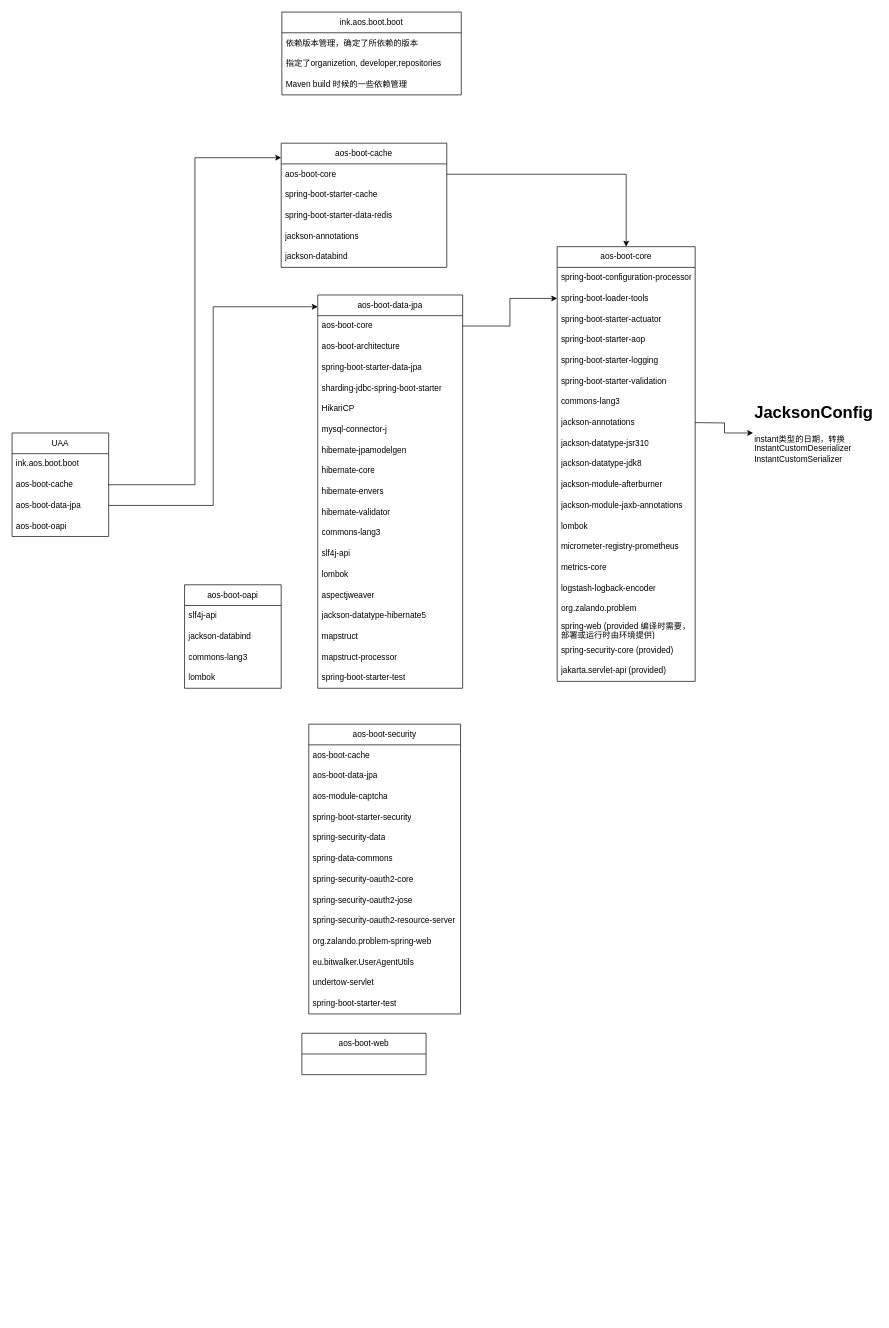
The draw.io diagram AOS-服务组件依赖关系.drawio in XiongZen/QJReconstitution, before the edit. Source tidied: cells renumbered, new cells numbered last; positions are measured from the earlier drawing's top-left corner, leaving out a move shared by most shapes. Both pictures are drawn from the tidied source at 69%, with x=0, y=0 at pixel (12, 12).
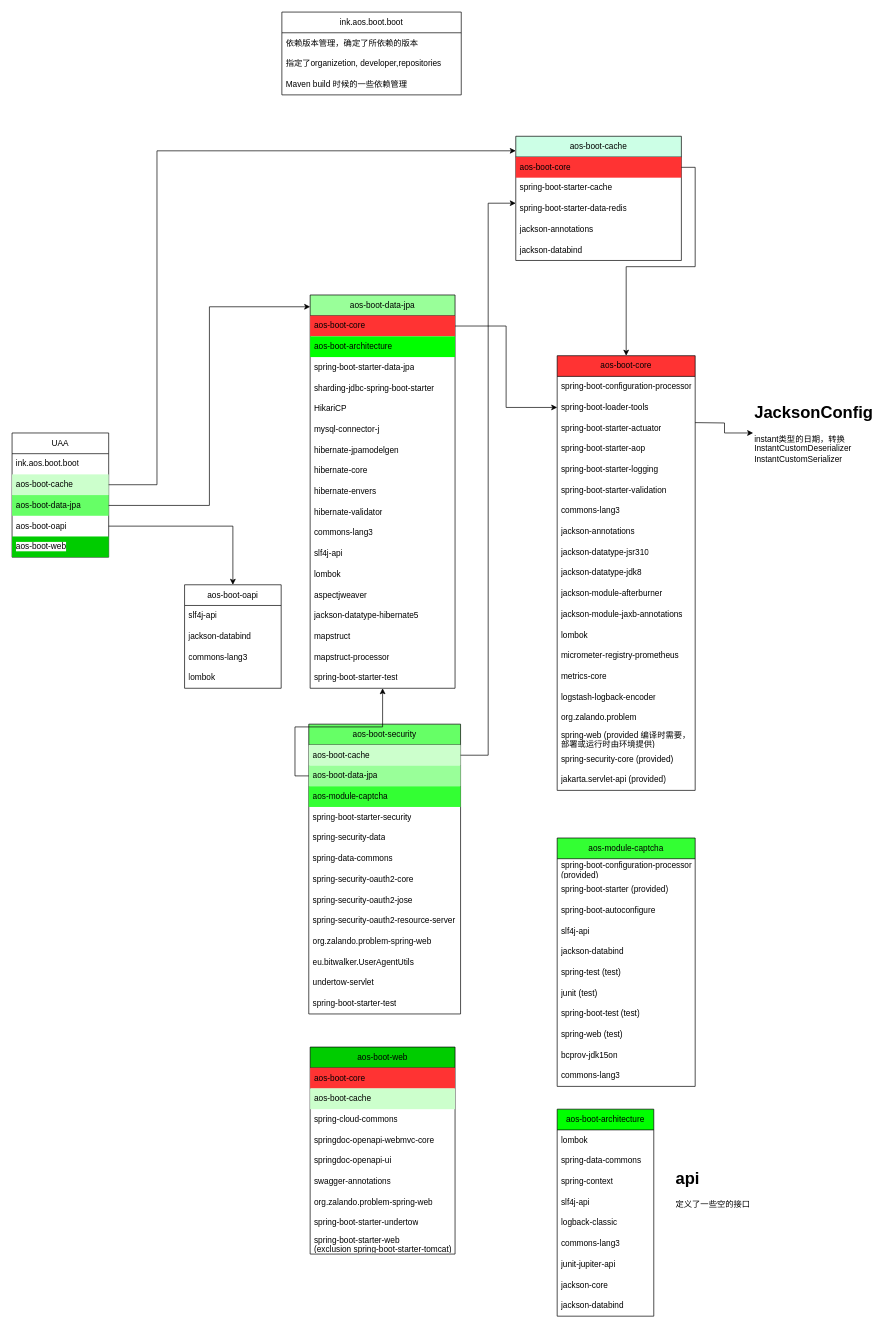
The same diagram, later.

Commit message (it also covers changes not shown here):
Update AOS-服务组件依赖关系.drawio

Unchanged cells that the change refers to:
```xml
<mxCell id="6" value="aos-boot-oapi" style="text;strokeColor=none;fillColor=none;align=left;verticalAlign=middle;spacingLeft=4;spacingRight=4;overflow=hidden;points=[[0,0.5],[1,0.5]];portConstraint=eastwest;whiteSpace=wrap;html=1;" parent="2" vertex="1">
  <mxGeometry y="120" width="140" height="30" as="geometry" />
</mxCell>
<mxCell id="14" value="spring-boot-starter-data-redis" style="text;strokeColor=none;fillColor=none;align=left;verticalAlign=middle;spacingLeft=4;spacingRight=4;overflow=hidden;points=[[0,0.5],[1,0.5]];portConstraint=eastwest;whiteSpace=wrap;html=1;" parent="11" vertex="1">
  <mxGeometry y="90" width="240" height="30" as="geometry" />
</mxCell>
<mxCell id="62" value="aos-boot-oapi" style="swimlane;fontStyle=0;horizontal=1;startSize=30;whiteSpace=wrap;html=1;" parent="1" vertex="1">
  <mxGeometry x="250" y="830" width="140" height="150" as="geometry" />
</mxCell>
```

The edit, as a diff of the source:
```diff
@@
     <mxCell id="2" value="UAA" style="swimlane;fontStyle=0;horizontal=1;startSize=30;whiteSpace=wrap;html=1;" parent="1" vertex="1">
-      <mxGeometry y="610" width="140" height="150" as="geometry" />
+      <mxGeometry y="610" width="140" height="180" as="geometry" />
     </mxCell>
@@
-    <mxCell id="4" value="aos-boot-cache" style="text;strokeColor=none;fillColor=none;align=left;verticalAlign=middle;spacingLeft=4;spacingRight=4;overflow=hidden;points=[[0,0.5],[1,0.5]];portConstraint=eastwest;whiteSpace=wrap;html=1;" parent="2" vertex="1">
+    <mxCell id="4" value="aos-boot-cache" style="text;strokeColor=none;fillColor=#CCFFCC;align=left;verticalAlign=middle;spacingLeft=4;spacingRight=4;overflow=hidden;points=[[0,0.5],[1,0.5]];portConstraint=eastwest;whiteSpace=wrap;html=1;" parent="2" vertex="1">
       <mxGeometry y="60" width="140" height="30" as="geometry" />
     </mxCell>
-    <mxCell id="5" value="aos-boot-data-jpa" style="text;strokeColor=none;fillColor=none;align=left;verticalAlign=middle;spacingLeft=4;spacingRight=4;overflow=hidden;points=[[0,0.5],[1,0.5]];portConstraint=eastwest;whiteSpace=wrap;html=1;" parent="2" vertex="1">
+    <mxCell id="5" value="aos-boot-data-jpa" style="text;strokeColor=none;fillColor=#66FF66;align=left;verticalAlign=middle;spacingLeft=4;spacingRight=4;overflow=hidden;points=[[0,0.5],[1,0.5]];portConstraint=eastwest;whiteSpace=wrap;html=1;" parent="2" vertex="1">
       <mxGeometry y="90" width="140" height="30" as="geometry" />
     </mxCell>
@@
+    <mxCell id="83" value="&lt;span style=&quot;color: rgb(0, 0, 0); font-family: Helvetica; font-size: 12px; font-style: normal; font-variant-ligatures: normal; font-variant-caps: normal; font-weight: 400; letter-spacing: normal; orphans: 2; text-align: center; text-indent: 0px; text-transform: none; widows: 2; word-spacing: 0px; -webkit-text-stroke-width: 0px; white-space: normal; background-color: rgb(251, 251, 251); text-decoration-thickness: initial; text-decoration-style: initial; text-decoration-color: initial; display: inline !important; float: none;&quot;&gt;aos-boot-web&lt;/span&gt;" style="text;strokeColor=none;fillColor=#00CC00;align=left;verticalAlign=middle;spacingLeft=4;spacingRight=4;overflow=hidden;whiteSpace=wrap;html=1;" parent="2" vertex="1">
+      <mxGeometry y="150" width="140" height="30" as="geometry" />
+    </mxCell>
@@
-    <mxCell id="11" value="&lt;span style=&quot;text-align: left;&quot;&gt;aos-boot-cache&lt;/span&gt;" style="swimlane;fontStyle=0;horizontal=1;startSize=30;whiteSpace=wrap;html=1;" parent="1" vertex="1">
-      <mxGeometry x="390" y="190" width="240" height="180" as="geometry" />
+    <mxCell id="11" value="&lt;span style=&quot;text-align: left;&quot;&gt;aos-boot-cache&lt;/span&gt;" style="swimlane;fontStyle=0;horizontal=1;startSize=30;whiteSpace=wrap;html=1;fillColor=#CCFFE6;" parent="1" vertex="1">
+      <mxGeometry x="730" y="180" width="240" height="180" as="geometry" />
     </mxCell>
-    <mxCell id="12" value="aos-boot-core" style="text;strokeColor=none;fillColor=none;align=left;verticalAlign=middle;spacingLeft=4;spacingRight=4;overflow=hidden;points=[[0,0.5],[1,0.5]];portConstraint=eastwest;whiteSpace=wrap;html=1;" parent="11" vertex="1">
+    <mxCell id="12" value="aos-boot-core" style="text;strokeColor=none;fillColor=#FF3333;align=left;verticalAlign=middle;spacingLeft=4;spacingRight=4;overflow=hidden;points=[[0,0.5],[1,0.5]];portConstraint=eastwest;whiteSpace=wrap;html=1;" parent="11" vertex="1">
       <mxGeometry y="30" width="240" height="30" as="geometry" />
     </mxCell>
@@
-    <mxCell id="17" value="aos-boot-data-jpa" style="swimlane;fontStyle=0;horizontal=1;startSize=30;whiteSpace=wrap;html=1;" parent="1" vertex="1">
-      <mxGeometry x="443" y="410" width="210" height="570" as="geometry" />
+    <mxCell id="17" value="aos-boot-data-jpa" style="swimlane;fontStyle=0;horizontal=1;startSize=30;whiteSpace=wrap;html=1;fillColor=#99FF99;" parent="1" vertex="1">
+      <mxGeometry x="432" y="410" width="210" height="570" as="geometry" />
     </mxCell>
-    <mxCell id="18" value="aos-boot-core" style="text;strokeColor=none;fillColor=none;align=left;verticalAlign=middle;spacingLeft=4;spacingRight=4;overflow=hidden;points=[[0,0.5],[1,0.5]];portConstraint=eastwest;whiteSpace=wrap;html=1;" parent="17" vertex="1">
+    <mxCell id="18" value="aos-boot-core" style="text;strokeColor=none;fillColor=#FF3333;align=left;verticalAlign=middle;spacingLeft=4;spacingRight=4;overflow=hidden;points=[[0,0.5],[1,0.5]];portConstraint=eastwest;whiteSpace=wrap;html=1;" parent="17" vertex="1">
       <mxGeometry y="30" width="210" height="30" as="geometry" />
     </mxCell>
-    <mxCell id="19" value="aos-boot-architecture" style="text;strokeColor=none;fillColor=none;align=left;verticalAlign=middle;spacingLeft=4;spacingRight=4;overflow=hidden;whiteSpace=wrap;html=1;" parent="17" vertex="1">
+    <mxCell id="19" value="aos-boot-architecture" style="text;strokeColor=none;fillColor=#00FF00;align=left;verticalAlign=middle;spacingLeft=4;spacingRight=4;overflow=hidden;whiteSpace=wrap;html=1;" parent="17" vertex="1">
       <mxGeometry y="60" width="210" height="30" as="geometry" />
     </mxCell>
@@
-    <mxCell id="37" value="aos-boot-core" style="swimlane;fontStyle=0;horizontal=1;startSize=30;whiteSpace=wrap;html=1;" parent="1" vertex="1">
-      <mxGeometry x="790" y="340" width="200" height="630" as="geometry" />
+    <mxCell id="37" value="aos-boot-core" style="swimlane;fontStyle=0;horizontal=1;startSize=30;whiteSpace=wrap;html=1;fillColor=#FF3333;" parent="1" vertex="1">
+      <mxGeometry x="790" y="498" width="200" height="630" as="geometry" />
     </mxCell>
@@
-    <mxCell id="67" value="&lt;span style=&quot;text-align: left;&quot;&gt;aos-boot-web&lt;/span&gt;" style="swimlane;fontStyle=0;horizontal=1;startSize=30;whiteSpace=wrap;html=1;" parent="1" vertex="1">
-      <mxGeometry x="420" y="1480" width="180" height="60" as="geometry" />
-    </mxCell>
     <mxCell id="68" style="edgeStyle=orthogonalEdgeStyle;rounded=0;jettySize=auto;html=1;entryX=0;entryY=0.117;entryDx=0;entryDy=0;entryPerimeter=0;" parent="1" edge="1" source="4" target="11">
-      <mxGeometry relative="1" as="geometry" />
+      <mxGeometry relative="1" as="geometry">
+        <Array as="points">
+          <mxPoint x="210" y="685" />
+          <mxPoint x="210" y="201" />
+        </Array>
+      </mxGeometry>
     </mxCell>
-    <mxCell id="69" value="&lt;span style=&quot;text-align: left;&quot;&gt;aos-boot-security&lt;/span&gt;" style="swimlane;fontStyle=0;horizontal=1;startSize=30;whiteSpace=wrap;html=1;" parent="1" vertex="1">
+    <mxCell id="69" value="&lt;span style=&quot;text-align: left;&quot;&gt;aos-boot-security&lt;/span&gt;" style="swimlane;fontStyle=0;horizontal=1;startSize=30;whiteSpace=wrap;html=1;fillColor=#66FF66;" parent="1" vertex="1">
       <mxGeometry x="430" y="1032" width="220" height="420" as="geometry" />
     </mxCell>
-    <mxCell id="70" value="aos-boot-cache" style="text;strokeColor=none;fillColor=none;align=left;verticalAlign=middle;spacingLeft=4;spacingRight=4;overflow=hidden;points=[[0,0.5],[1,0.5]];portConstraint=eastwest;whiteSpace=wrap;html=1;" parent="69" vertex="1">
+    <mxCell id="70" value="aos-boot-cache" style="text;strokeColor=none;fillColor=#CCFFCC;align=left;verticalAlign=middle;spacingLeft=4;spacingRight=4;overflow=hidden;points=[[0,0.5],[1,0.5]];portConstraint=eastwest;whiteSpace=wrap;html=1;" parent="69" vertex="1">
       <mxGeometry y="30" width="220" height="30" as="geometry" />
     </mxCell>
-    <mxCell id="71" value="aos-boot-data-jpa" style="text;strokeColor=none;fillColor=none;align=left;verticalAlign=middle;spacingLeft=4;spacingRight=4;overflow=hidden;points=[[0,0.5],[1,0.5]];portConstraint=eastwest;whiteSpace=wrap;html=1;" parent="69" vertex="1">
+    <mxCell id="71" value="aos-boot-data-jpa" style="text;strokeColor=none;fillColor=#99FF99;align=left;verticalAlign=middle;spacingLeft=4;spacingRight=4;overflow=hidden;points=[[0,0.5],[1,0.5]];portConstraint=eastwest;whiteSpace=wrap;html=1;" parent="69" vertex="1">
       <mxGeometry y="60" width="220" height="30" as="geometry" />
     </mxCell>
-    <mxCell id="72" value="aos-module-captcha" style="text;strokeColor=none;fillColor=none;align=left;verticalAlign=middle;spacingLeft=4;spacingRight=4;overflow=hidden;whiteSpace=wrap;html=1;" parent="69" vertex="1">
+    <mxCell id="72" value="aos-module-captcha" style="text;strokeColor=none;fillColor=#33FF33;align=left;verticalAlign=middle;spacingLeft=4;spacingRight=4;overflow=hidden;whiteSpace=wrap;html=1;" parent="69" vertex="1">
       <mxGeometry y="90" width="220" height="30" as="geometry" />
     </mxCell>
@@
+    <mxCell id="84" value="aos-boot-web" style="swimlane;fontStyle=0;horizontal=1;startSize=30;whiteSpace=wrap;html=1;fillColor=#00CC00;" parent="1" vertex="1">
+      <mxGeometry x="432" y="1500" width="210" height="300" as="geometry" />
+    </mxCell>
+    <mxCell id="85" value="aos-boot-core" style="text;strokeColor=none;fillColor=#FF3333;align=left;verticalAlign=middle;spacingLeft=4;spacingRight=4;overflow=hidden;whiteSpace=wrap;html=1;" parent="84" vertex="1">
+      <mxGeometry y="30" width="210" height="30" as="geometry" />
+    </mxCell>
+    <mxCell id="86" value="aos-boot-cache" style="text;strokeColor=none;fillColor=#CCFFCC;align=left;verticalAlign=middle;spacingLeft=4;spacingRight=4;overflow=hidden;whiteSpace=wrap;html=1;" parent="84" vertex="1">
+      <mxGeometry y="60" width="210" height="30" as="geometry" />
+    </mxCell>
+    <mxCell id="87" value="spring-cloud-commons" style="text;strokeColor=none;fillColor=none;align=left;verticalAlign=middle;spacingLeft=4;spacingRight=4;overflow=hidden;whiteSpace=wrap;html=1;" parent="84" vertex="1">
+      <mxGeometry y="90" width="210" height="30" as="geometry" />
+    </mxCell>
+    <mxCell id="88" value="springdoc-openapi-webmvc-core" style="text;strokeColor=none;fillColor=none;align=left;verticalAlign=middle;spacingLeft=4;spacingRight=4;overflow=hidden;whiteSpace=wrap;html=1;" parent="84" vertex="1">
+      <mxGeometry y="120" width="210" height="30" as="geometry" />
+    </mxCell>
+    <mxCell id="89" value="springdoc-openapi-ui" style="text;strokeColor=none;fillColor=none;align=left;verticalAlign=middle;spacingLeft=4;spacingRight=4;overflow=hidden;whiteSpace=wrap;html=1;" parent="84" vertex="1">
+      <mxGeometry y="150" width="210" height="30" as="geometry" />
+    </mxCell>
+    <mxCell id="90" value="swagger-annotations" style="text;strokeColor=none;fillColor=none;align=left;verticalAlign=middle;spacingLeft=4;spacingRight=4;overflow=hidden;whiteSpace=wrap;html=1;" parent="84" vertex="1">
+      <mxGeometry y="180" width="210" height="30" as="geometry" />
+    </mxCell>
+    <mxCell id="91" value="org.zalando.problem-spring-web" style="text;strokeColor=none;fillColor=none;align=left;verticalAlign=middle;spacingLeft=4;spacingRight=4;overflow=hidden;whiteSpace=wrap;html=1;" parent="84" vertex="1">
+      <mxGeometry y="210" width="210" height="30" as="geometry" />
+    </mxCell>
+    <mxCell id="92" value="spring-boot-starter-undertow" style="text;strokeColor=none;fillColor=none;align=left;verticalAlign=middle;spacingLeft=4;spacingRight=4;overflow=hidden;whiteSpace=wrap;html=1;" parent="84" vertex="1">
+      <mxGeometry y="240" width="210" height="30" as="geometry" />
+    </mxCell>
+    <mxCell id="93" value="spring-boot-starter-web&lt;br&gt;(exclusion spring-boot-starter-tomcat)" style="text;strokeColor=none;fillColor=none;align=left;verticalAlign=middle;spacingLeft=4;spacingRight=4;overflow=hidden;whiteSpace=wrap;html=1;" parent="84" vertex="1">
+      <mxGeometry y="270" width="210" height="30" as="geometry" />
+    </mxCell>
+    <mxCell id="94" style="edgeStyle=orthogonalEdgeStyle;rounded=0;jettySize=auto;html=1;entryX=0;entryY=0.233;entryDx=0;entryDy=0;entryPerimeter=0;" parent="1" edge="1" source="70" target="14">
+      <mxGeometry relative="1" as="geometry" />
+    </mxCell>
+    <mxCell id="95" style="edgeStyle=orthogonalEdgeStyle;rounded=0;jettySize=auto;html=1;" parent="1" edge="1" source="71" target="17">
+      <mxGeometry relative="1" as="geometry" />
+    </mxCell>
+    <mxCell id="96" style="edgeStyle=orthogonalEdgeStyle;rounded=0;jettySize=auto;html=1;entryX=0.5;entryY=0;entryDx=0;entryDy=0;" parent="1" edge="1" source="6" target="62">
+      <mxGeometry relative="1" as="geometry" />
+    </mxCell>
+    <mxCell id="97" value="&lt;span style=&quot;text-align: left;&quot;&gt;aos-module-captcha&lt;/span&gt;" style="swimlane;fontStyle=0;horizontal=1;startSize=30;whiteSpace=wrap;html=1;fillColor=#33FF33;" parent="1" vertex="1">
+      <mxGeometry x="790" y="1197" width="200" height="360" as="geometry" />
+    </mxCell>
+    <mxCell id="98" value="spring-boot-configuration-processor (provided)" style="text;strokeColor=none;fillColor=none;align=left;verticalAlign=middle;spacingLeft=4;spacingRight=4;overflow=hidden;whiteSpace=wrap;html=1;" parent="97" vertex="1">
+      <mxGeometry y="30" width="200" height="30" as="geometry" />
+    </mxCell>
+    <mxCell id="99" value="spring-boot-starter (provided)" style="text;strokeColor=none;fillColor=none;align=left;verticalAlign=middle;spacingLeft=4;spacingRight=4;overflow=hidden;whiteSpace=wrap;html=1;" parent="97" vertex="1">
+      <mxGeometry y="60" width="200" height="30" as="geometry" />
+    </mxCell>
+    <mxCell id="100" value="spring-boot-autoconfigure" style="text;strokeColor=none;fillColor=none;align=left;verticalAlign=middle;spacingLeft=4;spacingRight=4;overflow=hidden;whiteSpace=wrap;html=1;" parent="97" vertex="1">
+      <mxGeometry y="90" width="200" height="30" as="geometry" />
+    </mxCell>
+    <mxCell id="101" value="slf4j-api" style="text;strokeColor=none;fillColor=none;align=left;verticalAlign=middle;spacingLeft=4;spacingRight=4;overflow=hidden;whiteSpace=wrap;html=1;" parent="97" vertex="1">
+      <mxGeometry y="120" width="200" height="30" as="geometry" />
+    </mxCell>
+    <mxCell id="102" value="jackson-databind" style="text;strokeColor=none;fillColor=none;align=left;verticalAlign=middle;spacingLeft=4;spacingRight=4;overflow=hidden;whiteSpace=wrap;html=1;" parent="97" vertex="1">
+      <mxGeometry y="150" width="200" height="30" as="geometry" />
+    </mxCell>
+    <mxCell id="103" value="spring-test (test)" style="text;strokeColor=none;fillColor=none;align=left;verticalAlign=middle;spacingLeft=4;spacingRight=4;overflow=hidden;whiteSpace=wrap;html=1;" parent="97" vertex="1">
+      <mxGeometry y="180" width="200" height="30" as="geometry" />
+    </mxCell>
+    <mxCell id="104" value="junit (test)" style="text;strokeColor=none;fillColor=none;align=left;verticalAlign=middle;spacingLeft=4;spacingRight=4;overflow=hidden;whiteSpace=wrap;html=1;" parent="97" vertex="1">
+      <mxGeometry y="210" width="200" height="30" as="geometry" />
+    </mxCell>
+    <mxCell id="105" value="spring-boot-test (test)" style="text;strokeColor=none;fillColor=none;align=left;verticalAlign=middle;spacingLeft=4;spacingRight=4;overflow=hidden;whiteSpace=wrap;html=1;" parent="97" vertex="1">
+      <mxGeometry y="240" width="200" height="30" as="geometry" />
+    </mxCell>
+    <mxCell id="106" value="spring-web (test)" style="text;strokeColor=none;fillColor=none;align=left;verticalAlign=middle;spacingLeft=4;spacingRight=4;overflow=hidden;whiteSpace=wrap;html=1;" parent="97" vertex="1">
+      <mxGeometry y="270" width="200" height="30" as="geometry" />
+    </mxCell>
+    <mxCell id="107" value="bcprov-jdk15on" style="text;strokeColor=none;fillColor=none;align=left;verticalAlign=middle;spacingLeft=4;spacingRight=4;overflow=hidden;whiteSpace=wrap;html=1;" parent="97" vertex="1">
+      <mxGeometry y="300" width="200" height="30" as="geometry" />
+    </mxCell>
+    <mxCell id="108" value="commons-lang3" style="text;strokeColor=none;fillColor=none;align=left;verticalAlign=middle;spacingLeft=4;spacingRight=4;overflow=hidden;whiteSpace=wrap;html=1;" parent="97" vertex="1">
+      <mxGeometry y="330" width="200" height="30" as="geometry" />
+    </mxCell>
+    <mxCell id="109" value="aos-boot-architecture" style="swimlane;fontStyle=0;horizontal=1;startSize=30;whiteSpace=wrap;html=1;fillColor=#00FF00;" parent="1" vertex="1">
+      <mxGeometry x="790" y="1590" width="140" height="300" as="geometry" />
+    </mxCell>
+    <mxCell id="110" value="lombok" style="text;strokeColor=none;fillColor=none;align=left;verticalAlign=middle;spacingLeft=4;spacingRight=4;overflow=hidden;whiteSpace=wrap;html=1;" parent="109" vertex="1">
+      <mxGeometry y="30" width="140" height="30" as="geometry" />
+    </mxCell>
+    <mxCell id="111" value="spring-data-commons" style="text;strokeColor=none;fillColor=none;align=left;verticalAlign=middle;spacingLeft=4;spacingRight=4;overflow=hidden;whiteSpace=wrap;html=1;" parent="109" vertex="1">
+      <mxGeometry y="60" width="140" height="30" as="geometry" />
+    </mxCell>
+    <mxCell id="112" value="spring-context" style="text;strokeColor=none;fillColor=none;align=left;verticalAlign=middle;spacingLeft=4;spacingRight=4;overflow=hidden;whiteSpace=wrap;html=1;" parent="109" vertex="1">
+      <mxGeometry y="90" width="140" height="30" as="geometry" />
+    </mxCell>
+    <mxCell id="113" value="slf4j-api" style="text;strokeColor=none;fillColor=none;align=left;verticalAlign=middle;spacingLeft=4;spacingRight=4;overflow=hidden;whiteSpace=wrap;html=1;" parent="109" vertex="1">
+      <mxGeometry y="120" width="140" height="30" as="geometry" />
+    </mxCell>
+    <mxCell id="114" value="logback-classic" style="text;strokeColor=none;fillColor=none;align=left;verticalAlign=middle;spacingLeft=4;spacingRight=4;overflow=hidden;whiteSpace=wrap;html=1;" parent="109" vertex="1">
+      <mxGeometry y="150" width="140" height="30" as="geometry" />
+    </mxCell>
+    <mxCell id="115" value="commons-lang3" style="text;strokeColor=none;fillColor=none;align=left;verticalAlign=middle;spacingLeft=4;spacingRight=4;overflow=hidden;whiteSpace=wrap;html=1;" parent="109" vertex="1">
+      <mxGeometry y="180" width="140" height="30" as="geometry" />
+    </mxCell>
+    <mxCell id="116" value="junit-jupiter-api" style="text;strokeColor=none;fillColor=none;align=left;verticalAlign=middle;spacingLeft=4;spacingRight=4;overflow=hidden;whiteSpace=wrap;html=1;" parent="109" vertex="1">
+      <mxGeometry y="210" width="140" height="30" as="geometry" />
+    </mxCell>
+    <mxCell id="117" value="jackson-core" style="text;strokeColor=none;fillColor=none;align=left;verticalAlign=middle;spacingLeft=4;spacingRight=4;overflow=hidden;whiteSpace=wrap;html=1;" parent="109" vertex="1">
+      <mxGeometry y="240" width="140" height="30" as="geometry" />
+    </mxCell>
+    <mxCell id="118" value="jackson-databind" style="text;strokeColor=none;fillColor=none;align=left;verticalAlign=middle;spacingLeft=4;spacingRight=4;overflow=hidden;whiteSpace=wrap;html=1;" parent="109" vertex="1">
+      <mxGeometry y="270" width="140" height="30" as="geometry" />
+    </mxCell>
+    <mxCell id="119" value="&lt;h1 style=&quot;margin-top: 0px;&quot;&gt;api&lt;/h1&gt;&lt;p&gt;定义了一些空的接口&lt;/p&gt;" style="text;html=1;whiteSpace=wrap;overflow=hidden;rounded=0;" parent="1" vertex="1">
+      <mxGeometry x="960" y="1670" width="180" height="90" as="geometry" />
+    </mxCell>
```
